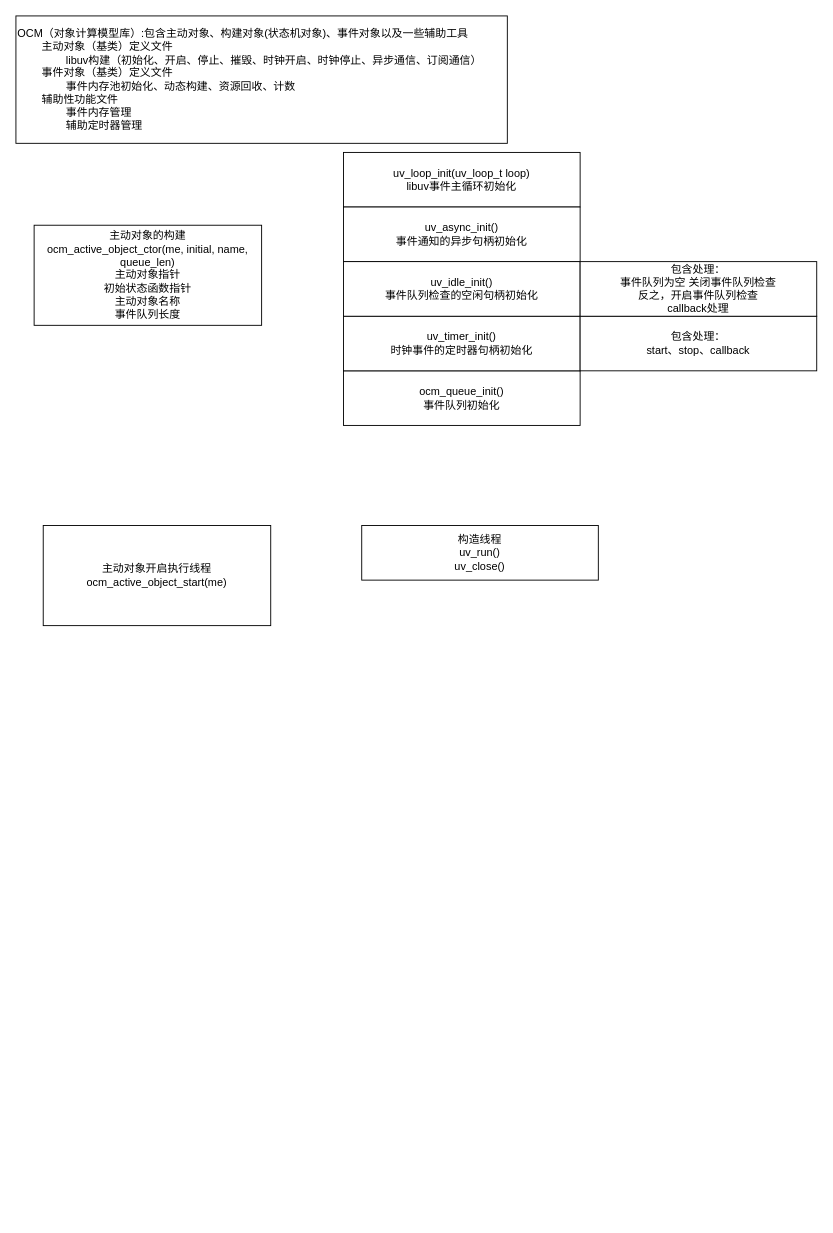
Earlier version of the draw.io diagram 未命名绘图.drawio (Sjunbin/pubulic_code). Source tidied: cells renumbered, new cells numbered last; positions are measured from the earlier drawing's top-left corner, leaving out a move shared by most shapes. Both pictures are drawn from the tidied source at 91%, with x=0, y=0 at pixel (15, 15).
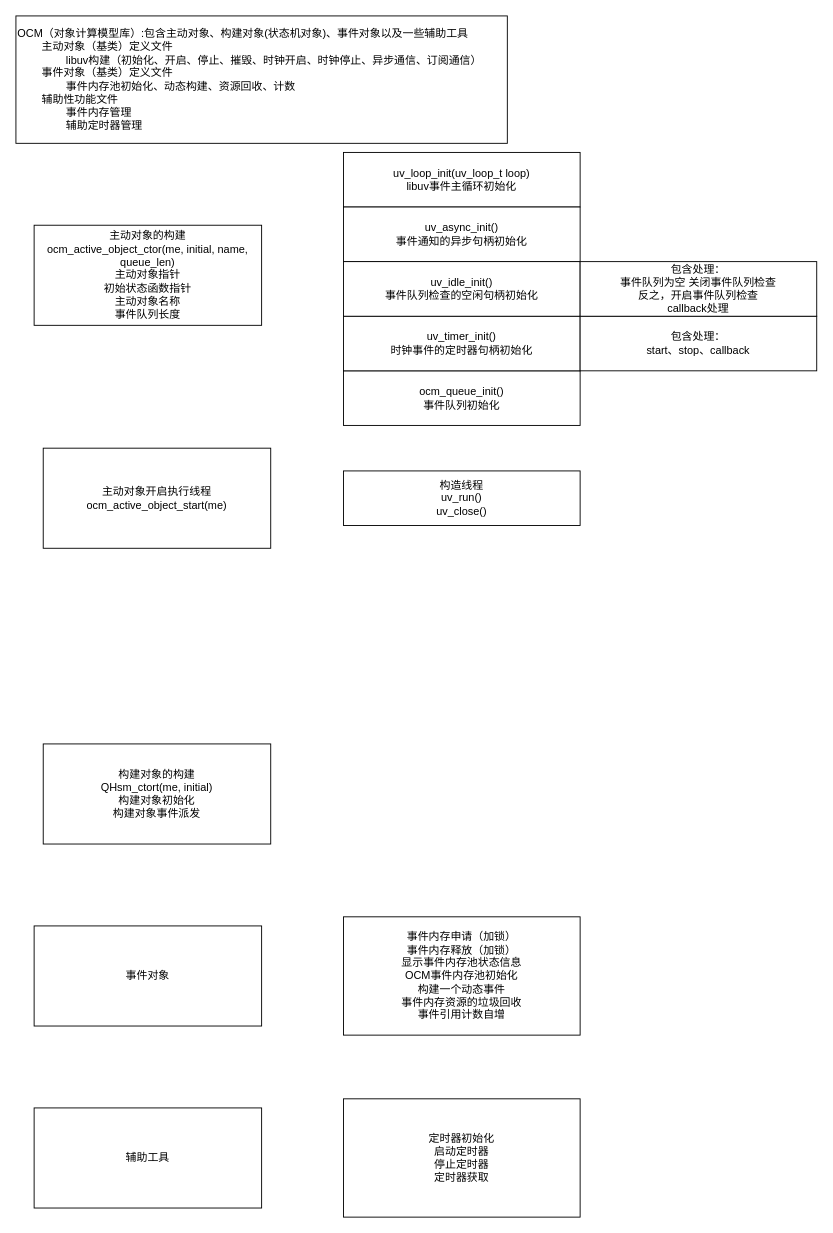
Above is the later version.

Commit message:
更新未命名绘图.drawio

What changed in the source:
```diff
@@
 <mxGraphModel>
   <root>
     <mxCell id="0" />
     <mxCell id="1" parent="0" />
     <mxCell id="2" value="uv_loop_init(uv_loop_t loop)&lt;br&gt;libuv事件主循环初始化" style="rounded=0;whiteSpace=wrap;html=1;" parent="1" vertex="1">
       <mxGeometry x="360" y="150" width="260" height="60" as="geometry" />
     </mxCell>
     <mxCell id="3" value="uv_async_init()&lt;br&gt;事件通知的异步句柄初始化" style="rounded=0;whiteSpace=wrap;html=1;" parent="1" vertex="1">
       <mxGeometry x="360" y="210" width="260" height="60" as="geometry" />
     </mxCell>
     <mxCell id="4" value="主动对象的构建&lt;br&gt;ocm_active_object_ctor(me, initial, name, queue_len)&lt;br&gt;主动对象指针&lt;br&gt;初始状态函数指针&lt;br&gt;主动对象名称&lt;br&gt;事件队列长度" style="rounded=0;whiteSpace=wrap;html=1;" parent="1" vertex="1">
       <mxGeometry x="20" y="230" width="250" height="110" as="geometry" />
     </mxCell>
     <mxCell id="5" value="OCM（对象计算模型库）:包含主动对象、构建对象(状态机对象)、事件对象以及一些辅助工具&lt;br&gt;&lt;span style=&quot;white-space: pre;&quot;&gt;&#9;&lt;/span&gt;主动对象（基类）定义文件&lt;br&gt;&lt;span style=&quot;white-space: pre;&quot;&gt;&#9;&lt;/span&gt;&lt;span style=&quot;white-space: pre;&quot;&gt;&#9;&lt;/span&gt;libuv构建（初始化、开启、停止、摧毁、时钟开启、时钟停止、异步通信、订阅通信）&lt;br&gt;&lt;span style=&quot;white-space: pre;&quot;&gt;&#9;&lt;/span&gt;事件对象（基类）定义文件&lt;br&gt;&lt;span style=&quot;white-space: pre;&quot;&gt;&#9;&lt;/span&gt;&lt;span style=&quot;white-space: pre;&quot;&gt;&#9;&lt;/span&gt;事件内存池初始化、动态构建、资源回收、计数&lt;br&gt;&lt;span style=&quot;white-space: pre;&quot;&gt;&#9;&lt;/span&gt;辅助性功能文件&lt;br&gt;&lt;span style=&quot;white-space: pre;&quot;&gt;&#9;&lt;/span&gt;&lt;span style=&quot;white-space: pre;&quot;&gt;&#9;&lt;/span&gt;事件内存管理&lt;br&gt;&lt;span style=&quot;white-space: pre;&quot;&gt;&#9;&lt;/span&gt;&lt;span style=&quot;white-space: pre;&quot;&gt;&#9;&lt;/span&gt;辅助定时器管理" style="rounded=0;whiteSpace=wrap;html=1;align=left;" parent="1" vertex="1">
       <mxGeometry width="540" height="140" as="geometry" />
     </mxCell>
     <mxCell id="6" value="ocm_queue_init()&lt;br&gt;事件队列初始化" style="rounded=0;whiteSpace=wrap;html=1;" parent="1" vertex="1">
       <mxGeometry x="360" y="390" width="260" height="60" as="geometry" />
     </mxCell>
     <mxCell id="7" value="uv_timer_init()&lt;br&gt;时钟事件的定时器句柄初始化" style="rounded=0;whiteSpace=wrap;html=1;" parent="1" vertex="1">
       <mxGeometry x="360" y="330" width="260" height="60" as="geometry" />
     </mxCell>
     <mxCell id="8" value="uv_idle_init()&lt;br&gt;事件队列检查的空闲句柄初始化" style="rounded=0;whiteSpace=wrap;html=1;" parent="1" vertex="1">
       <mxGeometry x="360" y="270" width="260" height="60" as="geometry" />
     </mxCell>
     <mxCell id="9" value="包含处理：&lt;br&gt;start、stop、callback" style="rounded=0;whiteSpace=wrap;html=1;" parent="1" vertex="1">
       <mxGeometry x="620" y="330" width="260" height="60" as="geometry" />
     </mxCell>
     <mxCell id="10" value="包含处理：&lt;br&gt;事件队列为空 关闭事件队列检查&lt;br&gt;反之，开启事件队列检查&lt;br&gt;callback处理" style="rounded=0;whiteSpace=wrap;html=1;" parent="1" vertex="1">
       <mxGeometry x="620" y="270" width="260" height="60" as="geometry" />
     </mxCell>
     <mxCell id="11" value="主动对象开启执行线程&lt;br&gt;ocm_active_object_start(me)" style="rounded=0;whiteSpace=wrap;html=1;" parent="1" vertex="1">
-      <mxGeometry x="30" y="560" width="250" height="110" as="geometry" />
+      <mxGeometry x="30" y="475" width="250" height="110" as="geometry" />
     </mxCell>
     <mxCell id="12" value="构造线程&lt;br&gt;uv_run()&lt;br&gt;uv_close()" style="rounded=0;whiteSpace=wrap;html=1;" parent="1" vertex="1">
-      <mxGeometry x="380" y="560" width="260" height="60" as="geometry" />
+      <mxGeometry x="360" y="500" width="260" height="60" as="geometry" />
     </mxCell>
+    <mxCell id="13" value="构建对象的构建&lt;br&gt;QHsm_ctort(me, initial)&lt;br&gt;构建对象初始化&lt;br&gt;构建对象事件派发" style="rounded=0;whiteSpace=wrap;html=1;" parent="1" vertex="1">
+      <mxGeometry x="30" y="800" width="250" height="110" as="geometry" />
+    </mxCell>
+    <mxCell id="14" value="事件对象" style="rounded=0;whiteSpace=wrap;html=1;" parent="1" vertex="1">
+      <mxGeometry x="20" y="1000" width="250" height="110" as="geometry" />
+    </mxCell>
+    <mxCell id="15" value="事件内存申请（加锁）&lt;br&gt;事件内存释放（加锁）&lt;br&gt;显示事件内存池状态信息&lt;br&gt;OCM事件内存池初始化&lt;br&gt;构建一个动态事件&lt;br&gt;事件内存资源的垃圾回收&lt;br&gt;事件引用计数自增" style="rounded=0;whiteSpace=wrap;html=1;" parent="1" vertex="1">
+      <mxGeometry x="360" y="990" width="260" height="130" as="geometry" />
+    </mxCell>
+    <mxCell id="16" value="辅助工具" style="rounded=0;whiteSpace=wrap;html=1;" parent="1" vertex="1">
+      <mxGeometry x="20" y="1200" width="250" height="110" as="geometry" />
+    </mxCell>
+    <mxCell id="17" value="定时器初始化&lt;br&gt;启动定时器&lt;br&gt;停止定时器&lt;br&gt;定时器获取" style="rounded=0;whiteSpace=wrap;html=1;" parent="1" vertex="1">
+      <mxGeometry x="360" y="1190" width="260" height="130" as="geometry" />
+    </mxCell>
   </root>
 </mxGraphModel>
```
